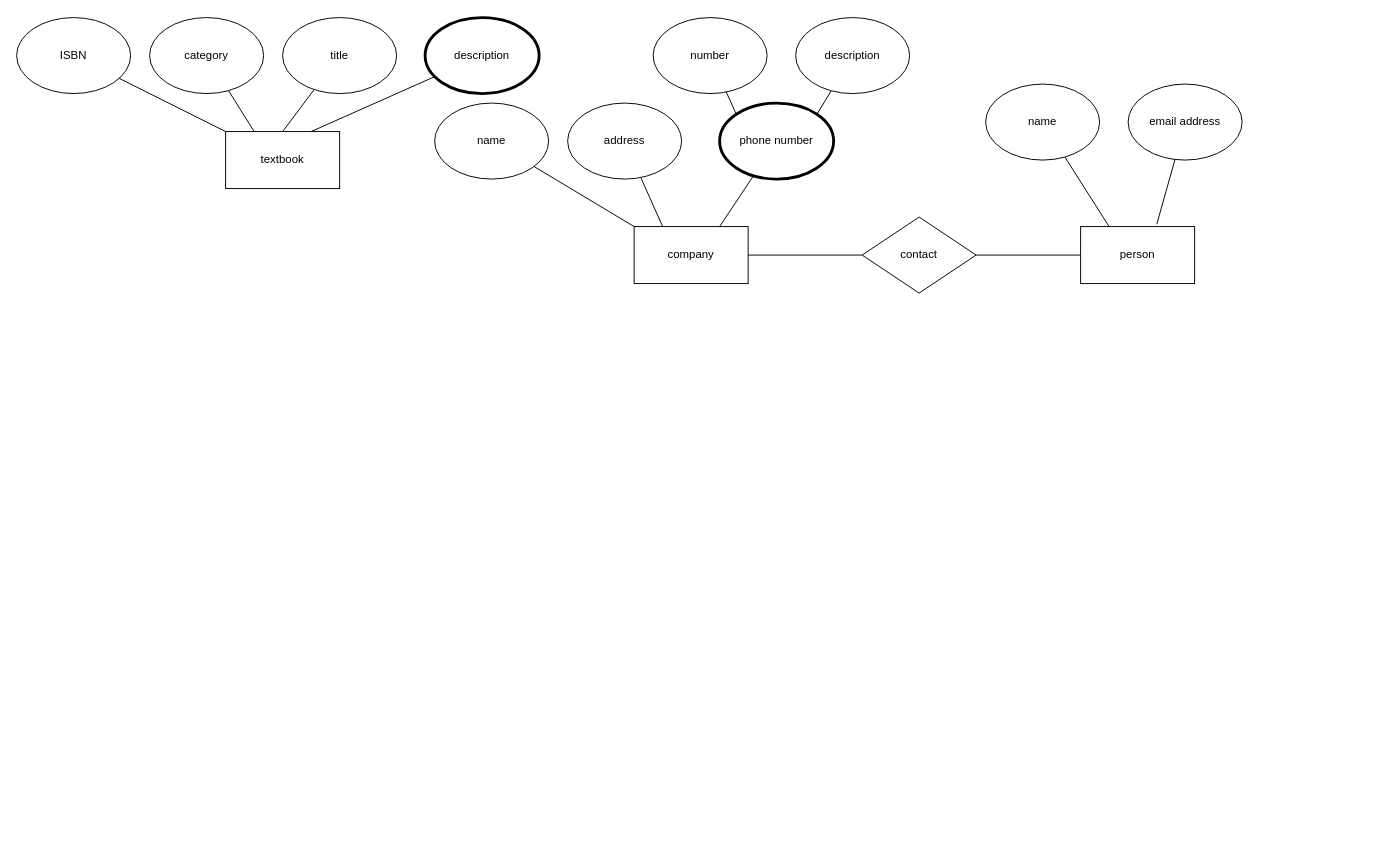
This is Untitled Diagram.drawio from lovelyfrog/DatabaseSystem, a draw.io file, before an edit. Source tidied: cells renumbered, new cells numbered last; positions are measured from the earlier drawing's top-left corner, leaving out a move shared by most shapes. Both pictures are drawn from the tidied source at 95%, with x=0, y=0 at pixel (16, 17).
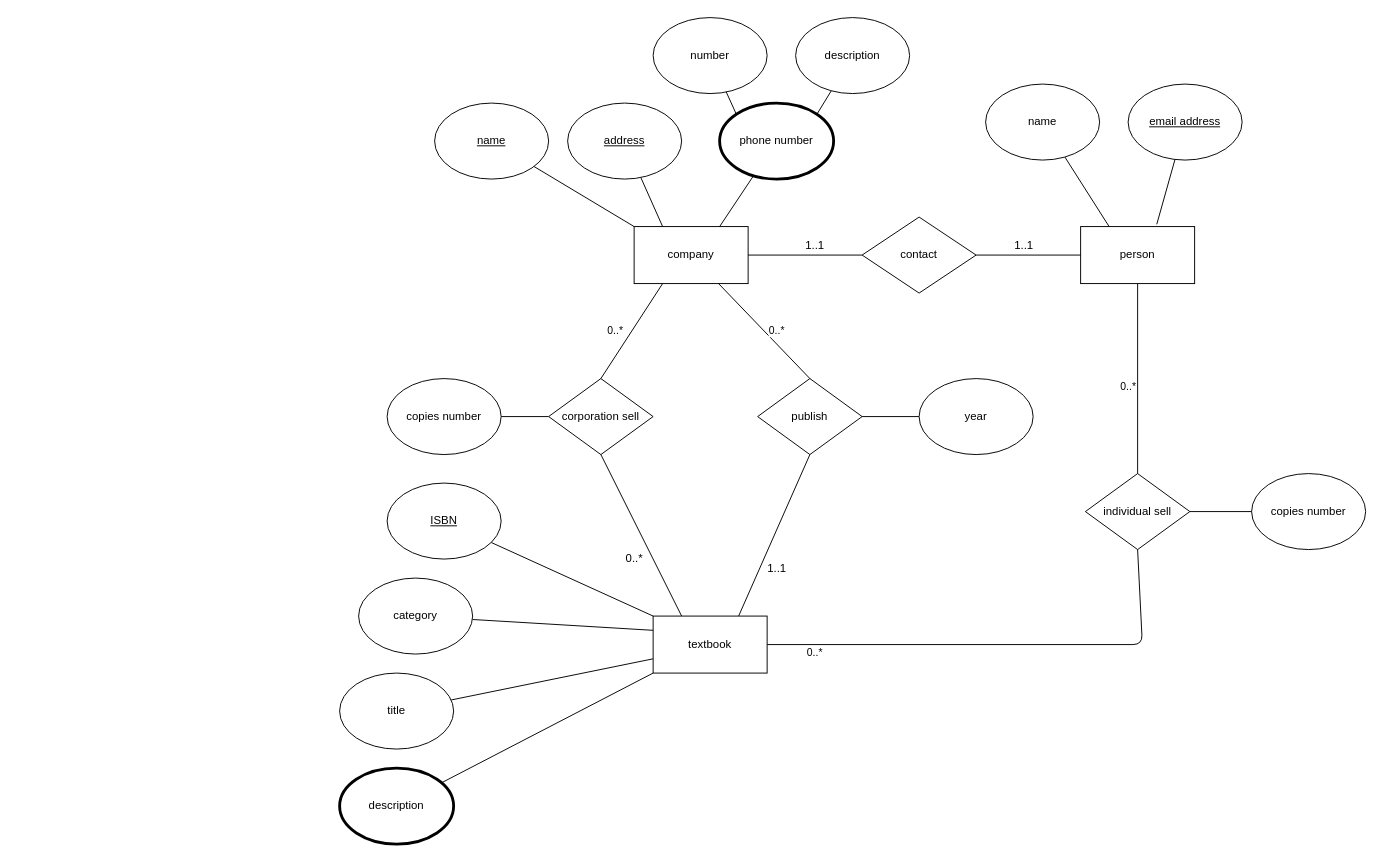
After the change.

Unchanged cells that the change refers to:
```xml
<mxCell id="11" value="company" style="rounded=0;whiteSpace=wrap;html=1;strokeWidth=1;" parent="1" vertex="1">
  <mxGeometry x="650" y="220" width="120" height="60" as="geometry" />
</mxCell>
<mxCell id="22" value="person" style="rounded=0;whiteSpace=wrap;html=1;strokeWidth=1;" parent="1" vertex="1">
  <mxGeometry x="1120" y="220" width="120" height="60" as="geometry" />
</mxCell>
```

Diff of the diagram source:
```diff
@@
     <mxCell id="2" value="textbook" style="rounded=0;whiteSpace=wrap;html=1;" parent="1" vertex="1">
-      <mxGeometry x="220" y="120" width="120" height="60" as="geometry" />
+      <mxGeometry x="670" y="630" width="120" height="60" as="geometry" />
     </mxCell>
@@
-    <mxCell id="4" value="ISBN" style="ellipse;whiteSpace=wrap;html=1;" parent="1" vertex="1">
-      <mxGeometry width="120" height="80" as="geometry" />
+    <mxCell id="4" value="&lt;u&gt;ISBN&lt;/u&gt;" style="ellipse;whiteSpace=wrap;html=1;" parent="1" vertex="1">
+      <mxGeometry x="390" y="490" width="120" height="80" as="geometry" />
     </mxCell>
-    <mxCell id="5" style="endArrow=none;html=1;exitX=0.25;exitY=0;exitDx=0;exitDy=0;" parent="1" edge="1" source="2" target="6">
+    <mxCell id="5" style="endArrow=none;html=1;exitX=0;exitY=0.25;exitDx=0;exitDy=0;" parent="1" edge="1" source="2" target="6">
       <mxGeometry relative="1" as="geometry" />
     </mxCell>
     <mxCell id="6" value="category" style="ellipse;whiteSpace=wrap;html=1;" parent="1" vertex="1">
-      <mxGeometry x="140" width="120" height="80" as="geometry" />
+      <mxGeometry x="360" y="590" width="120" height="80" as="geometry" />
     </mxCell>
-    <mxCell id="7" style="endArrow=none;html=1;exitX=0.5;exitY=0;exitDx=0;exitDy=0;" parent="1" edge="1" source="2" target="8">
+    <mxCell id="7" style="endArrow=none;html=1;exitX=0;exitY=0.75;exitDx=0;exitDy=0;" parent="1" edge="1" source="2" target="8">
       <mxGeometry relative="1" as="geometry" />
     </mxCell>
     <mxCell id="8" value="title" style="ellipse;whiteSpace=wrap;html=1;" parent="1" vertex="1">
-      <mxGeometry x="280" width="120" height="80" as="geometry" />
+      <mxGeometry x="340" y="690" width="120" height="80" as="geometry" />
     </mxCell>
-    <mxCell id="9" style="endArrow=none;html=1;exitX=0.75;exitY=0;exitDx=0;exitDy=0;" parent="1" edge="1" source="2" target="10">
+    <mxCell id="9" style="endArrow=none;html=1;exitX=0;exitY=1;exitDx=0;exitDy=0;" parent="1" edge="1" source="2" target="10">
       <mxGeometry relative="1" as="geometry" />
     </mxCell>
     <mxCell id="10" value="description" style="ellipse;whiteSpace=wrap;html=1;strokeWidth=3;" parent="1" vertex="1">
-      <mxGeometry x="430" width="120" height="80" as="geometry" />
+      <mxGeometry x="340" y="790" width="120" height="80" as="geometry" />
     </mxCell>
@@
-    <mxCell id="13" value="name" style="ellipse;whiteSpace=wrap;html=1;" parent="1" vertex="1">
+    <mxCell id="13" value="&lt;u&gt;name&lt;/u&gt;" style="ellipse;whiteSpace=wrap;html=1;" parent="1" vertex="1">
       <mxGeometry x="440" y="90" width="120" height="80" as="geometry" />
     </mxCell>
@@
-    <mxCell id="15" value="address" style="ellipse;whiteSpace=wrap;html=1;" parent="1" vertex="1">
+    <mxCell id="15" value="&lt;u&gt;address&lt;/u&gt;" style="ellipse;whiteSpace=wrap;html=1;" parent="1" vertex="1">
       <mxGeometry x="580" y="90" width="120" height="80" as="geometry" />
     </mxCell>
@@
-    <mxCell id="26" value="email address" style="ellipse;whiteSpace=wrap;html=1;" parent="1" vertex="1">
+    <mxCell id="26" value="&lt;u&gt;email address&lt;/u&gt;" style="ellipse;whiteSpace=wrap;html=1;" parent="1" vertex="1">
       <mxGeometry x="1170" y="70" width="120" height="80" as="geometry" />
     </mxCell>
@@
+    <mxCell id="30" style="endArrow=none;html=1;exitX=0;exitY=0.5;exitDx=0;exitDy=0;entryX=1;entryY=0.5;entryDx=0;entryDy=0;" parent="1" edge="1" source="32" target="31">
+      <mxGeometry relative="1" as="geometry" />
+    </mxCell>
+    <mxCell id="31" value="copies number" style="ellipse;whiteSpace=wrap;html=1;" parent="1" vertex="1">
+      <mxGeometry x="390" y="380" width="120" height="80" as="geometry" />
+    </mxCell>
+    <mxCell id="32" value="corporation sell" style="rhombus;whiteSpace=wrap;html=1;strokeWidth=1;" parent="1" vertex="1">
+      <mxGeometry x="560" y="380" width="110" height="80" as="geometry" />
+    </mxCell>
+    <mxCell id="33" style="endArrow=none;html=1;exitX=0.5;exitY=0;exitDx=0;exitDy=0;entryX=0.25;entryY=1;entryDx=0;entryDy=0;" parent="1" edge="1" source="32" target="11">
+      <mxGeometry relative="1" as="geometry" />
+    </mxCell>
+    <mxCell id="34" value="0..*" style="edgeLabel;html=1;align=center;verticalAlign=middle;" parent="33" vertex="1">
+      <mxGeometry x="-0.03" y="4" relative="1" as="geometry">
+        <mxPoint x="-13.6" as="offset" />
+      </mxGeometry>
+    </mxCell>
+    <mxCell id="35" style="endArrow=none;html=1;exitX=0.25;exitY=0;exitDx=0;exitDy=0;entryX=0.5;entryY=1;entryDx=0;entryDy=0;" parent="1" edge="1" source="2" target="32">
+      <mxGeometry relative="1" as="geometry" />
+    </mxCell>
+    <mxCell id="36" style="endArrow=none;html=1;exitX=0.75;exitY=0;exitDx=0;exitDy=0;entryX=0.5;entryY=1;entryDx=0;entryDy=0;" parent="1" edge="1" source="2" target="37">
+      <mxGeometry relative="1" as="geometry" />
+    </mxCell>
+    <mxCell id="37" value="publish" style="rhombus;whiteSpace=wrap;html=1;" parent="1" vertex="1">
+      <mxGeometry x="780" y="380" width="110" height="80" as="geometry" />
+    </mxCell>
+    <mxCell id="38" style="endArrow=none;html=1;exitX=0.5;exitY=0;exitDx=0;exitDy=0;" parent="1" edge="1" source="37" target="11">
+      <mxGeometry relative="1" as="geometry" />
+    </mxCell>
+    <mxCell id="39" value="individual sell" style="rhombus;whiteSpace=wrap;html=1;strokeWidth=1;" parent="1" vertex="1">
+      <mxGeometry x="1125" y="480" width="110" height="80" as="geometry" />
+    </mxCell>
+    <mxCell id="40" style="endArrow=none;html=1;exitX=0.5;exitY=0;exitDx=0;exitDy=0;entryX=0.5;entryY=1;entryDx=0;entryDy=0;" parent="1" edge="1" source="39" target="22">
+      <mxGeometry relative="1" as="geometry" />
+    </mxCell>
+    <mxCell id="41" style="endArrow=none;html=1;exitX=1;exitY=0.5;exitDx=0;exitDy=0;entryX=0.5;entryY=1;entryDx=0;entryDy=0;" parent="1" edge="1" source="2" target="39">
+      <mxGeometry relative="1" as="geometry">
+        <Array as="points">
+          <mxPoint x="1185" y="660" />
+        </Array>
+      </mxGeometry>
+    </mxCell>
+    <mxCell id="42" style="endArrow=none;html=1;exitX=1;exitY=0.5;exitDx=0;exitDy=0;" parent="1" edge="1" source="37" target="43">
+      <mxGeometry relative="1" as="geometry" />
+    </mxCell>
+    <mxCell id="43" value="year" style="ellipse;whiteSpace=wrap;html=1;" parent="1" vertex="1">
+      <mxGeometry x="950" y="380" width="120" height="80" as="geometry" />
+    </mxCell>
+    <mxCell id="44" value="copies number" style="ellipse;whiteSpace=wrap;html=1;" parent="1" vertex="1">
+      <mxGeometry x="1300" y="480" width="120" height="80" as="geometry" />
+    </mxCell>
+    <mxCell id="45" style="endArrow=none;html=1;exitX=1;exitY=0.5;exitDx=0;exitDy=0;entryX=0;entryY=0.5;entryDx=0;entryDy=0;" parent="1" edge="1" source="39" target="44">
+      <mxGeometry relative="1" as="geometry" />
+    </mxCell>
+    <mxCell id="46" value="1..1" style="text;html=1;align=center;verticalAlign=middle;" parent="1" vertex="1">
+      <mxGeometry x="820" y="230" width="40" height="20" as="geometry" />
+    </mxCell>
+    <mxCell id="47" value="1..1" style="text;html=1;align=center;verticalAlign=middle;" parent="1" vertex="1">
+      <mxGeometry x="1040" y="230" width="40" height="20" as="geometry" />
+    </mxCell>
+    <mxCell id="48" value="0..*" style="text;html=1;align=center;verticalAlign=middle;" parent="1" vertex="1">
+      <mxGeometry x="635" y="560" width="30" height="20" as="geometry" />
+    </mxCell>
+    <mxCell id="49" value="0..*" style="edgeLabel;html=1;align=center;verticalAlign=middle;" parent="1" vertex="1">
+      <mxGeometry x="640" y="338.7" as="geometry">
+        <mxPoint x="529" y="50" as="offset" />
+      </mxGeometry>
+    </mxCell>
+    <mxCell id="50" value="0..*" style="edgeLabel;html=1;align=center;verticalAlign=middle;" parent="1" vertex="1">
+      <mxGeometry x="650" y="348.7" as="geometry">
+        <mxPoint x="189" y="320" as="offset" />
+      </mxGeometry>
+    </mxCell>
+    <mxCell id="51" value="0..*" style="edgeLabel;html=1;align=center;verticalAlign=middle;" parent="1" vertex="1">
+      <mxGeometry x="660" y="358.7" as="geometry">
+        <mxPoint x="139" y="-29" as="offset" />
+      </mxGeometry>
+    </mxCell>
+    <mxCell id="52" value="1..1" style="text;html=1;align=center;verticalAlign=middle;" parent="1" vertex="1">
+      <mxGeometry x="780" y="570" width="40" height="20" as="geometry" />
+    </mxCell>
```
